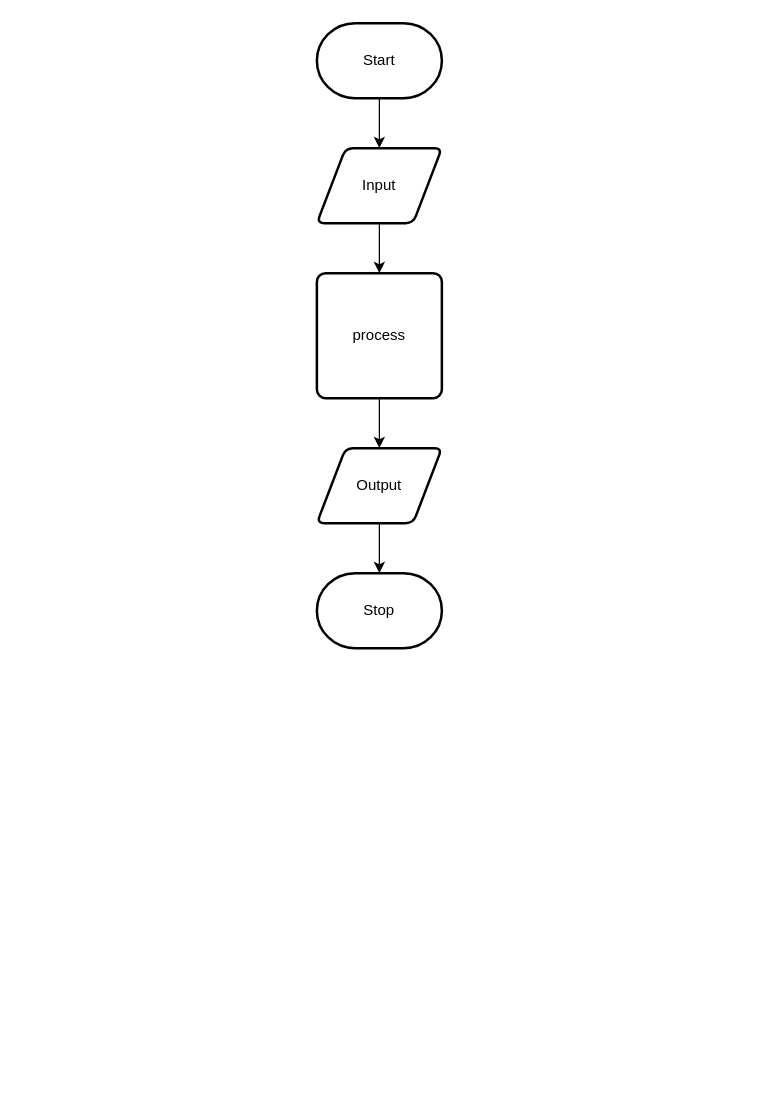
Above: design/flow-chart.drawio in Lucas-Tyman/ICS2O-Unit5-01-HTML (draw.io), before the change. Source tidied: cells renumbered, new cells numbered last; positions are measured from the earlier drawing's top-left corner, leaving out a move shared by most shapes. Both pictures are drawn from the tidied source at 125%, with x=0, y=0 at pixel (316, 22).
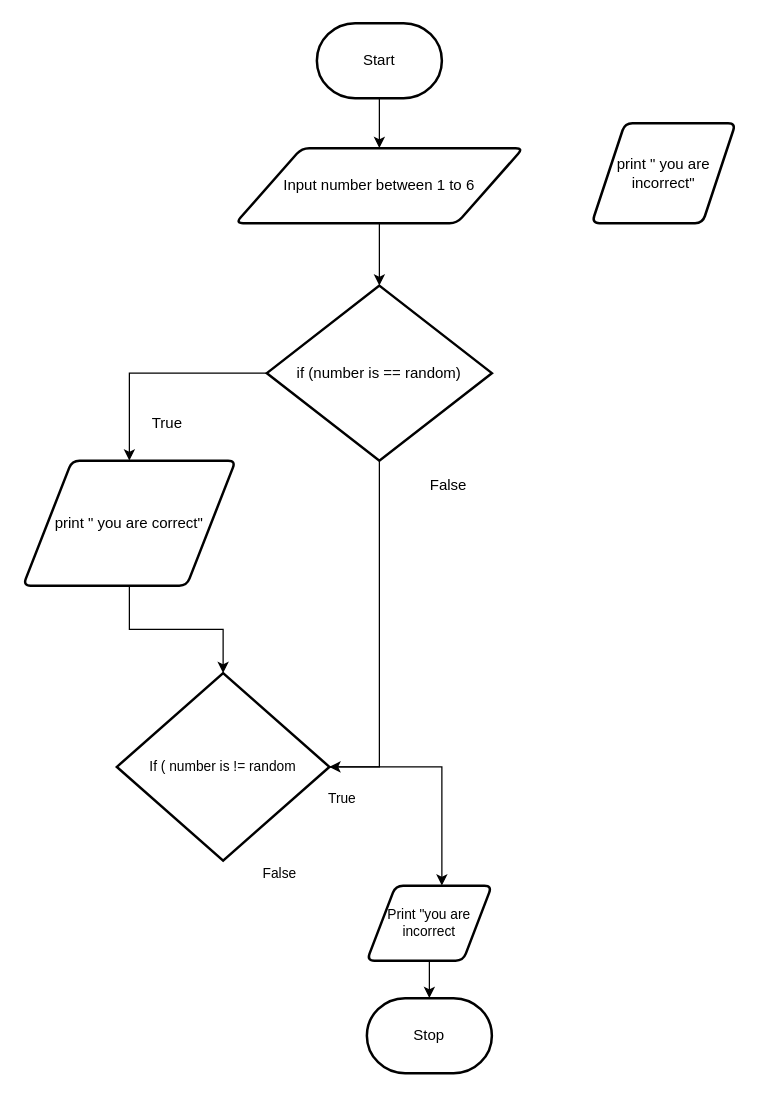
After the change.

Change to the diagram source:
```diff
@@
-    <mxCell id="4" style="edgeStyle=none;html=1;" parent="1" edge="1" source="5" target="7">
+    <mxCell id="4" style="edgeStyle=none;html=1;entryX=0.5;entryY=0;entryDx=0;entryDy=0;entryPerimeter=0;" parent="1" edge="1" source="5" target="13">
       <mxGeometry relative="1" as="geometry" />
     </mxCell>
-    <mxCell id="5" value="Input" style="shape=parallelogram;html=1;strokeWidth=2;perimeter=parallelogramPerimeter;whiteSpace=wrap;rounded=1;arcSize=12;size=0.23;" parent="1" vertex="1">
-      <mxGeometry y="100" width="100" height="60" as="geometry" />
+    <mxCell id="5" value="Input number between 1 to 6" style="shape=parallelogram;html=1;strokeWidth=2;perimeter=parallelogramPerimeter;whiteSpace=wrap;rounded=1;arcSize=12;size=0.23;" parent="1" vertex="1">
+      <mxGeometry x="-65" y="100" width="230" height="60" as="geometry" />
     </mxCell>
-    <mxCell id="6" style="edgeStyle=none;html=1;" parent="1" edge="1" source="7" target="9">
-      <mxGeometry relative="1" as="geometry" />
-    </mxCell>
-    <mxCell id="7" value="process" style="rounded=1;whiteSpace=wrap;html=1;absoluteArcSize=1;arcSize=14;strokeWidth=2;" parent="1" vertex="1">
-      <mxGeometry y="200" width="100" height="100" as="geometry" />
-    </mxCell>
-    <mxCell id="8" style="edgeStyle=none;html=1;" parent="1" edge="1" source="9" target="10">
-      <mxGeometry relative="1" as="geometry" />
-    </mxCell>
-    <mxCell id="9" value="Output" style="shape=parallelogram;html=1;strokeWidth=2;perimeter=parallelogramPerimeter;whiteSpace=wrap;rounded=1;arcSize=12;size=0.23;" parent="1" vertex="1">
-      <mxGeometry y="340" width="100" height="60" as="geometry" />
+    <mxCell id="9" value="print &quot; you are incorrect&quot;" style="shape=parallelogram;html=1;strokeWidth=2;perimeter=parallelogramPerimeter;whiteSpace=wrap;rounded=1;arcSize=12;size=0.23;" parent="1" vertex="1">
+      <mxGeometry x="220" y="80" width="115" height="80" as="geometry" />
     </mxCell>
     <mxCell id="10" value="Stop" style="strokeWidth=2;html=1;shape=mxgraph.flowchart.terminator;whiteSpace=wrap;" parent="1" vertex="1">
-      <mxGeometry y="440" width="100" height="60" as="geometry" />
+      <mxGeometry x="40" y="780" width="100" height="60" as="geometry" />
     </mxCell>
+    <mxCell id="11" style="edgeStyle=orthogonalEdgeStyle;shape=connector;rounded=0;html=1;entryX=0.5;entryY=0;entryDx=0;entryDy=0;labelBackgroundColor=default;fontFamily=Helvetica;fontSize=11;fontColor=default;endArrow=classic;strokeColor=default;" parent="1" edge="1" source="13" target="15">
+      <mxGeometry relative="1" as="geometry" />
+    </mxCell>
+    <mxCell id="12" style="edgeStyle=orthogonalEdgeStyle;shape=connector;rounded=0;html=1;entryX=1;entryY=0.5;entryDx=0;entryDy=0;entryPerimeter=0;labelBackgroundColor=default;fontFamily=Helvetica;fontSize=11;fontColor=default;endArrow=classic;strokeColor=default;" parent="1" edge="1" source="13" target="19">
+      <mxGeometry relative="1" as="geometry" />
+    </mxCell>
+    <mxCell id="13" value="if (number is == random)" style="strokeWidth=2;html=1;shape=mxgraph.flowchart.decision;whiteSpace=wrap;" parent="1" vertex="1">
+      <mxGeometry x="-40" y="210" width="180" height="140" as="geometry" />
+    </mxCell>
+    <mxCell id="14" style="edgeStyle=orthogonalEdgeStyle;shape=connector;rounded=0;html=1;entryX=0.5;entryY=0;entryDx=0;entryDy=0;entryPerimeter=0;labelBackgroundColor=default;fontFamily=Helvetica;fontSize=11;fontColor=default;endArrow=classic;strokeColor=default;" parent="1" edge="1" source="15" target="19">
+      <mxGeometry relative="1" as="geometry" />
+    </mxCell>
+    <mxCell id="15" value="print &quot; you are correct&quot;" style="shape=parallelogram;html=1;strokeWidth=2;perimeter=parallelogramPerimeter;whiteSpace=wrap;rounded=1;arcSize=12;size=0.23;" parent="1" vertex="1">
+      <mxGeometry x="-235" y="350" width="170" height="100" as="geometry" />
+    </mxCell>
+    <mxCell id="16" value="True" style="text;html=1;align=center;verticalAlign=middle;strokeColor=none;fillColor=none;" parent="1" vertex="1">
+      <mxGeometry x="-140" y="310" width="40" height="20" as="geometry" />
+    </mxCell>
+    <mxCell id="17" value="False" style="text;html=1;align=center;verticalAlign=middle;strokeColor=none;fillColor=none;" parent="1" vertex="1">
+      <mxGeometry x="80" y="360" width="50" height="20" as="geometry" />
+    </mxCell>
+    <mxCell id="18" style="edgeStyle=orthogonalEdgeStyle;shape=connector;rounded=0;html=1;entryX=0.6;entryY=0;entryDx=0;entryDy=0;entryPerimeter=0;labelBackgroundColor=default;fontFamily=Helvetica;fontSize=11;fontColor=default;endArrow=classic;strokeColor=default;" parent="1" edge="1" source="19" target="21">
+      <mxGeometry relative="1" as="geometry" />
+    </mxCell>
+    <mxCell id="19" value="If ( number is != random" style="strokeWidth=2;html=1;shape=mxgraph.flowchart.decision;whiteSpace=wrap;fontFamily=Helvetica;fontSize=11;fontColor=default;" parent="1" vertex="1">
+      <mxGeometry x="-160" y="520" width="170" height="150" as="geometry" />
+    </mxCell>
+    <mxCell id="20" style="edgeStyle=orthogonalEdgeStyle;shape=connector;rounded=0;html=1;labelBackgroundColor=default;fontFamily=Helvetica;fontSize=11;fontColor=default;endArrow=classic;strokeColor=default;" parent="1" edge="1" source="21" target="10">
+      <mxGeometry relative="1" as="geometry" />
+    </mxCell>
+    <mxCell id="21" value="Print &quot;you are incorrect" style="shape=parallelogram;html=1;strokeWidth=2;perimeter=parallelogramPerimeter;whiteSpace=wrap;rounded=1;arcSize=12;size=0.23;fontFamily=Helvetica;fontSize=11;fontColor=default;" parent="1" vertex="1">
+      <mxGeometry x="40" y="690" width="100" height="60" as="geometry" />
+    </mxCell>
+    <mxCell id="22" value="True" style="text;html=1;align=center;verticalAlign=middle;strokeColor=none;fillColor=none;fontSize=11;fontFamily=Helvetica;fontColor=default;" parent="1" vertex="1">
+      <mxGeometry y="610" width="40" height="20" as="geometry" />
+    </mxCell>
+    <mxCell id="23" value="False" style="text;html=1;align=center;verticalAlign=middle;strokeColor=none;fillColor=none;fontSize=11;fontFamily=Helvetica;fontColor=default;" parent="1" vertex="1">
+      <mxGeometry x="-50" y="670" width="40" height="20" as="geometry" />
+    </mxCell>
```
